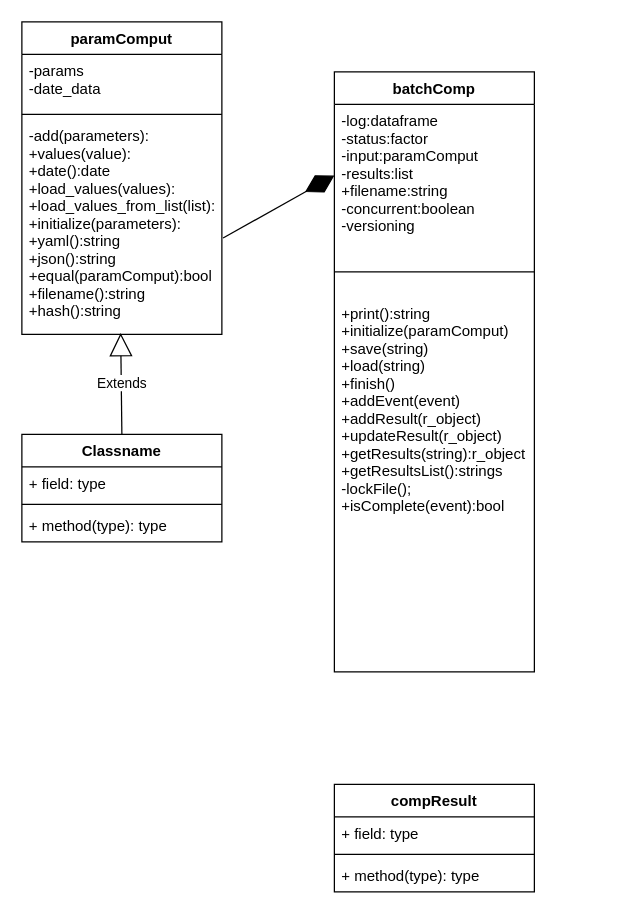
dmanriqu/batchCompMgm keeps this draw.io diagram as page "Page-1" (1 of 2) of Design/UML.drawio. Above is the earlier version. Source tidied: cells renumbered, new cells numbered last; positions are measured from the earlier drawing's top-left corner, leaving out a move shared by most shapes. Both pictures are drawn from the tidied source at 125%, with x=0, y=0 at pixel (21, 21).
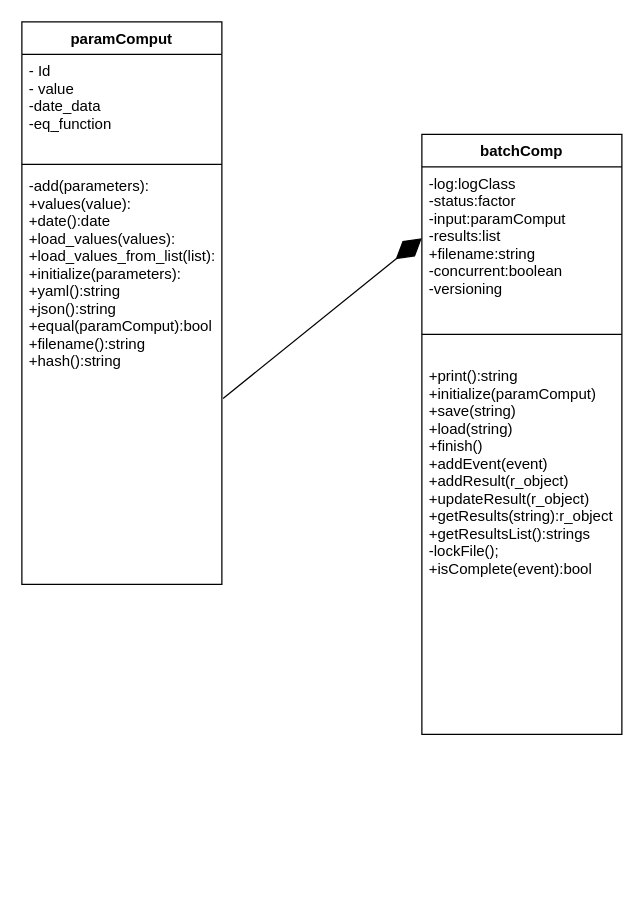
The same diagram, later.

The edit, as a diff of the source:
```diff
@@
 <mxGraphModel>
   <root>
     <mxCell id="0" />
     <mxCell id="1" parent="0" />
     <mxCell id="2" value="paramComput" style="swimlane;fontStyle=1;align=center;verticalAlign=top;horizontal=1;startSize=26;" parent="1" vertex="1">
-      <mxGeometry width="160" height="250" as="geometry" />
+      <mxGeometry width="160" height="450" as="geometry" />
     </mxCell>
-    <mxCell id="3" value="-params&#10;-date_data&#10;" style="text;strokeColor=none;fillColor=none;align=left;verticalAlign=top;spacingLeft=4;spacingRight=4;overflow=hidden;" parent="2" vertex="1">
-      <mxGeometry y="26" width="160" height="44" as="geometry" />
+    <mxCell id="3" value="- Id&#10;- value&#10;-date_data&#10;-eq_function" style="text;strokeColor=none;fillColor=none;align=left;verticalAlign=top;spacingLeft=4;spacingRight=4;overflow=hidden;" parent="2" vertex="1">
+      <mxGeometry y="26" width="160" height="84" as="geometry" />
     </mxCell>
     <mxCell id="4" style="line;strokeWidth=1;fillColor=none;align=left;verticalAlign=middle;spacingTop=-1;spacingLeft=3;spacingRight=3;labelPosition=right;" parent="2" vertex="1">
-      <mxGeometry y="70" width="160" height="8" as="geometry" />
+      <mxGeometry y="110" width="160" height="8" as="geometry" />
     </mxCell>
     <mxCell id="5" value="-add(parameters):&#10;+values(value):&#10;+date():date&#10;+load_values(values):&#10;+load_values_from_list(list):&#10;+initialize(parameters):&#10;+yaml():string&#10;+json():string&#10;+equal(paramComput):bool&#10;+filename():string&#10;+hash():string&#10;&#10;" style="text;strokeColor=none;fillColor=none;align=left;verticalAlign=top;spacingLeft=4;spacingRight=4;overflow=hidden;points=[[0,0.5],[1,0.5]];portConstraint=eastwest;" parent="2" vertex="1">
-      <mxGeometry y="78" width="160" height="172" as="geometry" />
+      <mxGeometry y="118" width="160" height="332" as="geometry" />
     </mxCell>
-    <mxCell id="6" value="Extends" style="endArrow=block;endSize=16;endFill=0;html=1;exitX=0.5;exitY=0;exitDx=0;exitDy=0;entryX=0.494;entryY=0.994;entryDx=0;entryDy=0;entryPerimeter=0;" parent="1" edge="1" source="8" target="5">
-      <mxGeometry relative="1" as="geometry" />
-    </mxCell>
     <mxCell id="7" style="endArrow=diamondThin;endFill=1;endSize=24;html=1;exitX=1.006;exitY=0.552;exitDx=0;exitDy=0;entryX=0;entryY=0.5;entryDx=0;entryDy=0;exitPerimeter=0;" parent="1" edge="1" source="5" target="13">
       <mxGeometry relative="1" as="geometry" />
     </mxCell>
-    <mxCell id="8" value="Classname" style="swimlane;fontStyle=1;align=center;verticalAlign=top;horizontal=1;startSize=26;" parent="1" vertex="1">
-      <mxGeometry y="330" width="160" height="86" as="geometry" />
-    </mxCell>
-    <mxCell id="9" value="+ field: type" style="text;strokeColor=none;fillColor=none;align=left;verticalAlign=top;spacingLeft=4;spacingRight=4;overflow=hidden;" parent="8" vertex="1">
-      <mxGeometry y="26" width="160" height="26" as="geometry" />
-    </mxCell>
-    <mxCell id="10" style="line;strokeWidth=1;fillColor=none;align=left;verticalAlign=middle;spacingTop=-1;spacingLeft=3;spacingRight=3;labelPosition=right;" parent="8" vertex="1">
-      <mxGeometry y="52" width="160" height="8" as="geometry" />
-    </mxCell>
-    <mxCell id="11" value="+ method(type): type" style="text;strokeColor=none;fillColor=none;align=left;verticalAlign=top;spacingLeft=4;spacingRight=4;overflow=hidden;" parent="8" vertex="1">
-      <mxGeometry y="60" width="160" height="26" as="geometry" />
-    </mxCell>
     <mxCell id="12" value="batchComp" style="swimlane;fontStyle=1;align=center;verticalAlign=top;horizontal=1;startSize=26;" parent="1" vertex="1">
-      <mxGeometry x="250" y="40" width="160" height="480" as="geometry" />
+      <mxGeometry x="320" y="90" width="160" height="480" as="geometry" />
     </mxCell>
-    <mxCell id="13" value="-log:dataframe&#10;-status:factor&#10;-input:paramComput&#10;-results:list&#10;+filename:string&#10;-concurrent:boolean&#10;-versioning&#10;&#10;" style="text;strokeColor=none;fillColor=none;align=left;verticalAlign=top;spacingLeft=4;spacingRight=4;overflow=hidden;points=[[0,0.5],[1,0.5]];portConstraint=eastwest;" parent="12" vertex="1">
+    <mxCell id="13" value="-log:logClass&#10;-status:factor&#10;-input:paramComput&#10;-results:list&#10;+filename:string&#10;-concurrent:boolean&#10;-versioning&#10;&#10;" style="text;strokeColor=none;fillColor=none;align=left;verticalAlign=top;spacingLeft=4;spacingRight=4;overflow=hidden;points=[[0,0.5],[1,0.5]];portConstraint=eastwest;" parent="12" vertex="1">
       <mxGeometry y="26" width="160" height="114" as="geometry" />
     </mxCell>
     <mxCell id="14" style="line;strokeWidth=1;fillColor=none;align=left;verticalAlign=middle;spacingTop=-1;spacingLeft=3;spacingRight=3;labelPosition=right;" parent="12" vertex="1">
       <mxGeometry y="140" width="160" height="40" as="geometry" />
     </mxCell>
     <mxCell id="15" value="+print():string&#10;+initialize(paramComput)&#10;+save(string)&#10;+load(string)&#10;+finish()&#10;+addEvent(event)&#10;+addResult(r_object)&#10;+updateResult(r_object)&#10;+getResults(string):r_object&#10;+getResultsList():strings&#10;-lockFile();&#10;+isComplete(event):bool&#10;&#10;&#10;" style="text;strokeColor=none;fillColor=none;align=left;verticalAlign=top;spacingLeft=4;spacingRight=4;overflow=hidden;" parent="12" vertex="1">
       <mxGeometry y="180" width="160" height="300" as="geometry" />
     </mxCell>
-    <mxCell id="16" value="compResult" style="swimlane;fontStyle=1;align=center;verticalAlign=top;horizontal=1;startSize=26;" parent="1" vertex="1">
-      <mxGeometry x="250" y="610" width="160" height="86" as="geometry" />
-    </mxCell>
-    <mxCell id="17" value="+ field: type" style="text;strokeColor=none;fillColor=none;align=left;verticalAlign=top;spacingLeft=4;spacingRight=4;overflow=hidden;" parent="16" vertex="1">
-      <mxGeometry y="26" width="160" height="26" as="geometry" />
-    </mxCell>
-    <mxCell id="18" style="line;strokeWidth=1;fillColor=none;align=left;verticalAlign=middle;spacingTop=-1;spacingLeft=3;spacingRight=3;labelPosition=right;" parent="16" vertex="1">
-      <mxGeometry y="52" width="160" height="8" as="geometry" />
-    </mxCell>
-    <mxCell id="19" value="+ method(type): type" style="text;strokeColor=none;fillColor=none;align=left;verticalAlign=top;spacingLeft=4;spacingRight=4;overflow=hidden;" parent="16" vertex="1">
-      <mxGeometry y="60" width="160" height="26" as="geometry" />
-    </mxCell>
   </root>
 </mxGraphModel>
```
